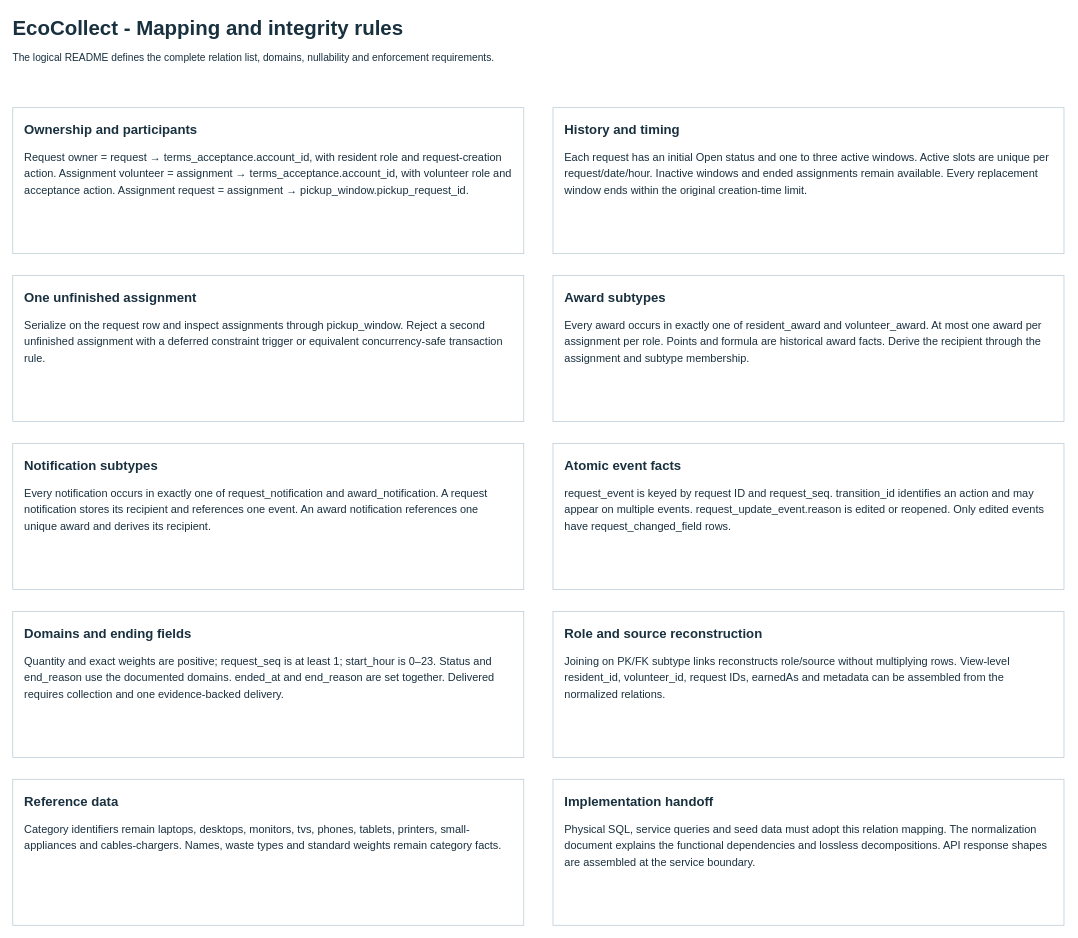
The draw.io diagram page "Mapping and integrity rules" (6 of 6) of docs/Final Submission/ENSF608/2. Logical model/Logical Database Model.drawio in dannydufau/ecocollect, before the edit. Source tidied: cells renumbered, new cells numbered last; positions are measured from the earlier drawing's top-left corner, leaving out a move shared by most shapes. Both pictures are drawn from the tidied source at 73%, with x=0, y=0 at pixel (12, 12).
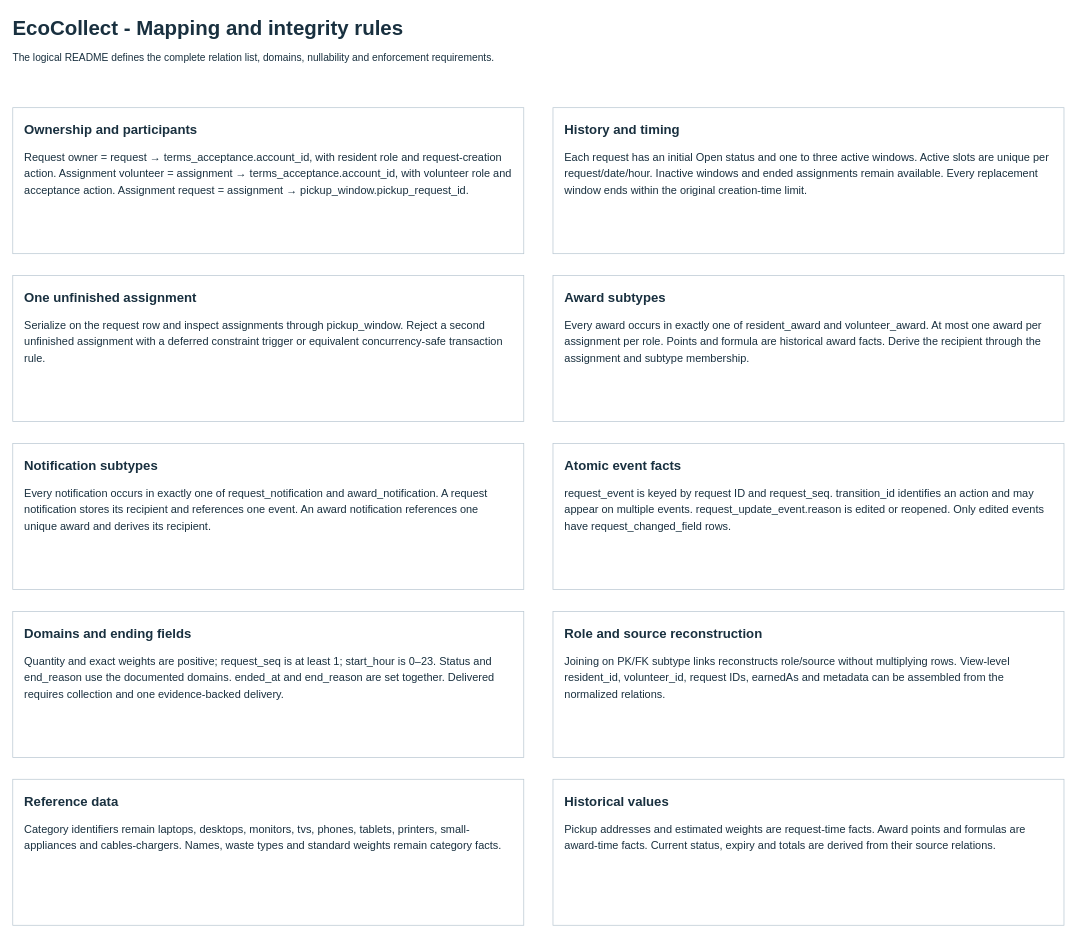
The same page after the edit.

Commit message (it also covers changes not shown here):
Simplify model documentation wording

Diff of the diagram source:
```diff
@@
 <mxGraphModel>
   <root>
     <mxCell id="0" />
     <mxCell id="1" parent="0" />
     <mxCell id="2" value="&lt;div style=&quot;font-family:Arial;font-size:28px;font-weight:bold&quot;&gt;EcoCollect - Mapping and integrity rules&lt;/div&gt;&lt;p style=&quot;font-family:Arial;font-size:14px&quot;&gt;The logical README defines the complete relation list, domains, nullability and enforcement requirements.&lt;/p&gt;" style="rounded=0;html=1;whiteSpace=wrap;align=left;verticalAlign=top;spacing=0;strokeColor=#bac8d2;fillColor=#ffffff;fontColor=#19303f;strokeColor=none;fillColor=none;" parent="1" vertex="1">
       <mxGeometry width="1440" height="100" as="geometry" />
     </mxCell>
     <mxCell id="3" value="&lt;div style=&quot;font-family:Arial;padding:16px&quot;&gt;&lt;b style=&quot;font-size:18px&quot;&gt;Ownership and participants&lt;/b&gt;&lt;p style=&quot;font-size:15px;line-height:1.5&quot;&gt;Request owner = request → terms_acceptance.account_id, with resident role and request-creation action. Assignment volunteer = assignment → terms_acceptance.account_id, with volunteer role and acceptance action. Assignment request = assignment → pickup_window.pickup_request_id.&lt;/p&gt;&lt;/div&gt;" style="rounded=0;html=1;whiteSpace=wrap;align=left;verticalAlign=top;spacing=0;strokeColor=#bac8d2;fillColor=#ffffff;fontColor=#19303f;" parent="1" vertex="1">
       <mxGeometry y="130" width="700" height="200" as="geometry" />
     </mxCell>
     <mxCell id="4" value="&lt;div style=&quot;font-family:Arial;padding:16px&quot;&gt;&lt;b style=&quot;font-size:18px&quot;&gt;History and timing&lt;/b&gt;&lt;p style=&quot;font-size:15px;line-height:1.5&quot;&gt;Each request has an initial Open status and one to three active windows. Active slots are unique per request/date/hour. Inactive windows and ended assignments remain available. Every replacement window ends within the original creation-time limit.&lt;/p&gt;&lt;/div&gt;" style="rounded=0;html=1;whiteSpace=wrap;align=left;verticalAlign=top;spacing=0;strokeColor=#bac8d2;fillColor=#ffffff;fontColor=#19303f;" parent="1" vertex="1">
       <mxGeometry x="740" y="130" width="700" height="200" as="geometry" />
     </mxCell>
     <mxCell id="5" value="&lt;div style=&quot;font-family:Arial;padding:16px&quot;&gt;&lt;b style=&quot;font-size:18px&quot;&gt;One unfinished assignment&lt;/b&gt;&lt;p style=&quot;font-size:15px;line-height:1.5&quot;&gt;Serialize on the request row and inspect assignments through pickup_window. Reject a second unfinished assignment with a deferred constraint trigger or equivalent concurrency-safe transaction rule.&lt;/p&gt;&lt;/div&gt;" style="rounded=0;html=1;whiteSpace=wrap;align=left;verticalAlign=top;spacing=0;strokeColor=#bac8d2;fillColor=#ffffff;fontColor=#19303f;" parent="1" vertex="1">
       <mxGeometry y="360" width="700" height="200" as="geometry" />
     </mxCell>
     <mxCell id="6" value="&lt;div style=&quot;font-family:Arial;padding:16px&quot;&gt;&lt;b style=&quot;font-size:18px&quot;&gt;Award subtypes&lt;/b&gt;&lt;p style=&quot;font-size:15px;line-height:1.5&quot;&gt;Every award occurs in exactly one of resident_award and volunteer_award. At most one award per assignment per role. Points and formula are historical award facts. Derive the recipient through the assignment and subtype membership.&lt;/p&gt;&lt;/div&gt;" style="rounded=0;html=1;whiteSpace=wrap;align=left;verticalAlign=top;spacing=0;strokeColor=#bac8d2;fillColor=#ffffff;fontColor=#19303f;" parent="1" vertex="1">
       <mxGeometry x="740" y="360" width="700" height="200" as="geometry" />
     </mxCell>
     <mxCell id="7" value="&lt;div style=&quot;font-family:Arial;padding:16px&quot;&gt;&lt;b style=&quot;font-size:18px&quot;&gt;Notification subtypes&lt;/b&gt;&lt;p style=&quot;font-size:15px;line-height:1.5&quot;&gt;Every notification occurs in exactly one of request_notification and award_notification. A request notification stores its recipient and references one event. An award notification references one unique award and derives its recipient.&lt;/p&gt;&lt;/div&gt;" style="rounded=0;html=1;whiteSpace=wrap;align=left;verticalAlign=top;spacing=0;strokeColor=#bac8d2;fillColor=#ffffff;fontColor=#19303f;" parent="1" vertex="1">
       <mxGeometry y="590" width="700" height="200" as="geometry" />
     </mxCell>
     <mxCell id="8" value="&lt;div style=&quot;font-family:Arial;padding:16px&quot;&gt;&lt;b style=&quot;font-size:18px&quot;&gt;Atomic event facts&lt;/b&gt;&lt;p style=&quot;font-size:15px;line-height:1.5&quot;&gt;request_event is keyed by request ID and request_seq. transition_id identifies an action and may appear on multiple events. request_update_event.reason is edited or reopened. Only edited events have request_changed_field rows.&lt;/p&gt;&lt;/div&gt;" style="rounded=0;html=1;whiteSpace=wrap;align=left;verticalAlign=top;spacing=0;strokeColor=#bac8d2;fillColor=#ffffff;fontColor=#19303f;" parent="1" vertex="1">
       <mxGeometry x="740" y="590" width="700" height="200" as="geometry" />
     </mxCell>
     <mxCell id="9" value="&lt;div style=&quot;font-family:Arial;padding:16px&quot;&gt;&lt;b style=&quot;font-size:18px&quot;&gt;Domains and ending fields&lt;/b&gt;&lt;p style=&quot;font-size:15px;line-height:1.5&quot;&gt;Quantity and exact weights are positive; request_seq is at least 1; start_hour is 0–23. Status and end_reason use the documented domains. ended_at and end_reason are set together. Delivered requires collection and one evidence-backed delivery.&lt;/p&gt;&lt;/div&gt;" style="rounded=0;html=1;whiteSpace=wrap;align=left;verticalAlign=top;spacing=0;strokeColor=#bac8d2;fillColor=#ffffff;fontColor=#19303f;" parent="1" vertex="1">
       <mxGeometry y="820" width="700" height="200" as="geometry" />
     </mxCell>
     <mxCell id="10" value="&lt;div style=&quot;font-family:Arial;padding:16px&quot;&gt;&lt;b style=&quot;font-size:18px&quot;&gt;Role and source reconstruction&lt;/b&gt;&lt;p style=&quot;font-size:15px;line-height:1.5&quot;&gt;Joining on PK/FK subtype links reconstructs role/source without multiplying rows. View-level resident_id, volunteer_id, request IDs, earnedAs and metadata can be assembled from the normalized relations.&lt;/p&gt;&lt;/div&gt;" style="rounded=0;html=1;whiteSpace=wrap;align=left;verticalAlign=top;spacing=0;strokeColor=#bac8d2;fillColor=#ffffff;fontColor=#19303f;" parent="1" vertex="1">
       <mxGeometry x="740" y="820" width="700" height="200" as="geometry" />
     </mxCell>
     <mxCell id="11" value="&lt;div style=&quot;font-family:Arial;padding:16px&quot;&gt;&lt;b style=&quot;font-size:18px&quot;&gt;Reference data&lt;/b&gt;&lt;p style=&quot;font-size:15px;line-height:1.5&quot;&gt;Category identifiers remain laptops, desktops, monitors, tvs, phones, tablets, printers, small-appliances and cables-chargers. Names, waste types and standard weights remain category facts.&lt;/p&gt;&lt;/div&gt;" style="rounded=0;html=1;whiteSpace=wrap;align=left;verticalAlign=top;spacing=0;strokeColor=#bac8d2;fillColor=#ffffff;fontColor=#19303f;" parent="1" vertex="1">
       <mxGeometry y="1050" width="700" height="200" as="geometry" />
     </mxCell>
-    <mxCell id="12" value="&lt;div style=&quot;font-family:Arial;padding:16px&quot;&gt;&lt;b style=&quot;font-size:18px&quot;&gt;Implementation handoff&lt;/b&gt;&lt;p style=&quot;font-size:15px;line-height:1.5&quot;&gt;Physical SQL, service queries and seed data must adopt this relation mapping. The normalization document explains the functional dependencies and lossless decompositions. API response shapes are assembled at the service boundary.&lt;/p&gt;&lt;/div&gt;" style="rounded=0;html=1;whiteSpace=wrap;align=left;verticalAlign=top;spacing=0;strokeColor=#bac8d2;fillColor=#ffffff;fontColor=#19303f;" parent="1" vertex="1">
+    <mxCell id="12" value="&lt;div style=&quot;font-family:Arial;padding:16px&quot;&gt;&lt;b style=&quot;font-size:18px&quot;&gt;Historical values&lt;/b&gt;&lt;p style=&quot;font-size:15px;line-height:1.5&quot;&gt;Pickup addresses and estimated weights are request-time facts. Award points and formulas are award-time facts. Current status, expiry and totals are derived from their source relations.&lt;/p&gt;&lt;/div&gt;" style="rounded=0;html=1;whiteSpace=wrap;align=left;verticalAlign=top;spacing=0;strokeColor=#bac8d2;fillColor=#ffffff;fontColor=#19303f;" parent="1" vertex="1">
       <mxGeometry x="740" y="1050" width="700" height="200" as="geometry" />
     </mxCell>
   </root>
 </mxGraphModel>
```
